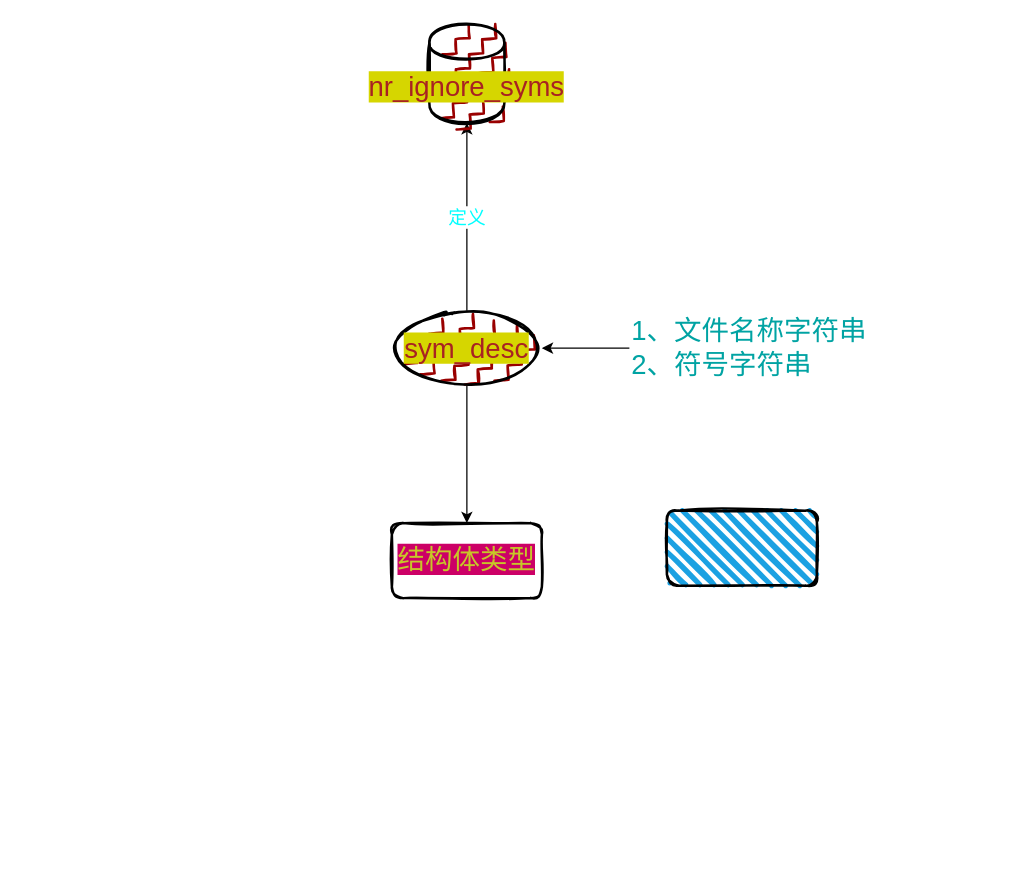
zintown/MindGraph keeps this draw.io diagram as page "Page-1" (1 of 3) of libcare/Libcare_gensrc.drawio. Above is the earlier version. Source tidied: cells renumbered, new cells numbered last; positions are measured from the earlier drawing's top-left corner, leaving out a move shared by most shapes. Both pictures are drawn from the tidied source at 125%, with x=0, y=0 at pixel (391, 22).
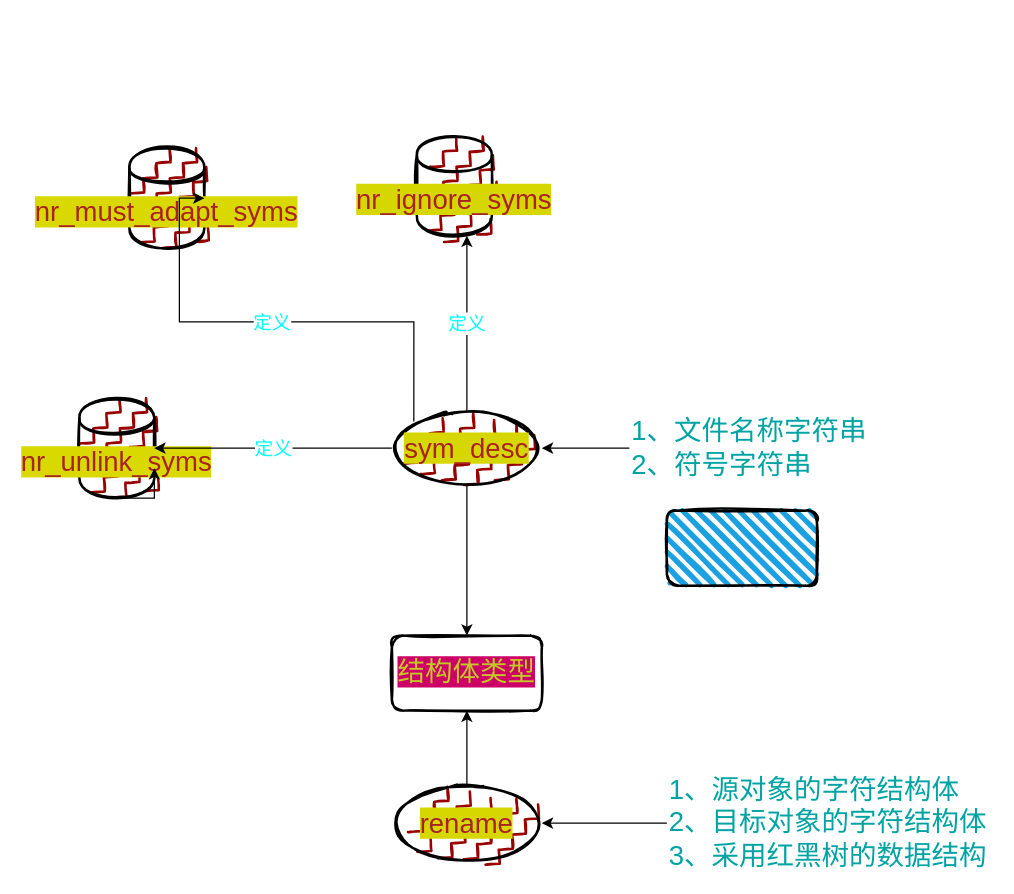
The same diagram, later.

What changed in the source:
```diff
@@
     <mxCell id="5" value="&lt;font style=&quot;font-size: 22px ; line-height: 100% ; background-color: rgb(214 , 214 , 0)&quot; color=&quot;#a82222&quot;&gt;sym_desc&lt;/font&gt;" style="ellipse;whiteSpace=wrap;html=1;strokeWidth=2;fillWeight=2;hachureGap=8;fillColor=#990000;fillStyle=zigzag-line;sketch=1;fontSize=15;fontColor=#00FFFF;" parent="1" vertex="1">
-      <mxGeometry y="230" width="120" height="60" as="geometry" />
+      <mxGeometry y="310" width="120" height="60" as="geometry" />
     </mxCell>
     <mxCell id="6" value="&lt;font color=&quot;#c7c728&quot;&gt;&lt;span style=&quot;font-size: 22px ; background-color: rgb(204 , 0 , 102)&quot;&gt;结构体类型&lt;/span&gt;&lt;/font&gt;" style="rounded=1;whiteSpace=wrap;html=1;sketch=1;fillWeight=2;hachureGap=8;fillStyle=zigzag-line;strokeWidth=2;fillColor=none;fontSize=15;fontColor=#00FFFF;" parent="1" vertex="1">
-      <mxGeometry y="400" width="120" height="60" as="geometry" />
+      <mxGeometry y="490" width="120" height="60" as="geometry" />
     </mxCell>
@@
     <mxCell id="8" value="1、文件名称字符串&lt;br&gt;2、符号字符串" style="text;html=1;strokeColor=none;fillColor=none;align=left;verticalAlign=middle;whiteSpace=wrap;rounded=0;sketch=1;fillWeight=2;hachureGap=8;fillStyle=zigzag-line;fontSize=22;fontColor=#00A3A3;" parent="1" vertex="1">
-      <mxGeometry x="190" y="230" width="200" height="60" as="geometry" />
+      <mxGeometry x="190" y="310" width="200" height="60" as="geometry" />
     </mxCell>
     <mxCell id="9" value="&lt;span style=&quot;color: rgb(168 , 34 , 34) ; font-size: 22px ; background-color: rgb(214 , 214 , 0)&quot;&gt;nr_ignore_syms&lt;/span&gt;" style="shape=cylinder;whiteSpace=wrap;html=1;boundedLbl=1;backgroundOutline=1;fontSize=15;fontColor=#00FFFF;strokeWidth=2;fillColor=#990000;sketch=1;fillWeight=2;hachureGap=8;fillStyle=zigzag-line;shadow=0;" parent="1" vertex="1">
-      <mxGeometry x="30" width="60" height="80" as="geometry" />
+      <mxGeometry x="20" y="90" width="60" height="80" as="geometry" />
     </mxCell>
+    <mxCell id="10" value="&lt;font color=&quot;#a82222&quot;&gt;&lt;span style=&quot;font-size: 22px ; background-color: rgb(217 , 217 , 0)&quot;&gt;nr_unlink_syms&lt;/span&gt;&lt;/font&gt;" style="shape=cylinder;whiteSpace=wrap;html=1;boundedLbl=1;backgroundOutline=1;fontSize=15;fontColor=#00FFFF;strokeWidth=2;fillColor=#990000;sketch=1;fillWeight=2;hachureGap=8;fillStyle=zigzag-line;shadow=0;" parent="1" vertex="1">
+      <mxGeometry x="-250" y="300" width="60" height="80" as="geometry" />
+    </mxCell>
+    <mxCell id="11" value="定义" style="edgeStyle=orthogonalEdgeStyle;rounded=0;jettySize=auto;html=1;fontSize=15;fontColor=#00FFFF;exitX=0;exitY=0.5;exitDx=0;exitDy=0;" parent="1" edge="1" source="5" target="10">
+      <mxGeometry relative="1" as="geometry">
+        <Array as="points">
+          <mxPoint x="-200" y="340" />
+        </Array>
+      </mxGeometry>
+    </mxCell>
+    <mxCell id="12" style="edgeStyle=orthogonalEdgeStyle;rounded=0;orthogonalLoop=1;jettySize=auto;html=1;exitX=0.5;exitY=1;exitDx=0;exitDy=0;entryX=1;entryY=0.7;entryDx=0;entryDy=0;" parent="1" edge="1" source="10" target="10">
+      <mxGeometry relative="1" as="geometry" />
+    </mxCell>
+    <mxCell id="13" value="&lt;font color=&quot;#a82222&quot;&gt;&lt;span style=&quot;font-size: 22px ; background-color: rgb(217 , 217 , 0)&quot;&gt;nr_must_adapt_syms&lt;/span&gt;&lt;/font&gt;" style="shape=cylinder;whiteSpace=wrap;html=1;boundedLbl=1;backgroundOutline=1;fontSize=15;fontColor=#00FFFF;strokeWidth=2;fillColor=#990000;sketch=1;fillWeight=2;hachureGap=8;fillStyle=zigzag-line;shadow=0;" parent="1" vertex="1">
+      <mxGeometry x="-210" y="100" width="60" height="80" as="geometry" />
+    </mxCell>
+    <mxCell id="14" value="定义" style="edgeStyle=orthogonalEdgeStyle;rounded=0;jettySize=auto;html=1;fontSize=15;fontColor=#00FFFF;exitX=0;exitY=0;exitDx=0;exitDy=0;entryX=1;entryY=0.5;entryDx=0;entryDy=0;" parent="1" edge="1" source="5" target="13">
+      <mxGeometry relative="1" as="geometry">
+        <Array as="points">
+          <mxPoint x="18" y="239" />
+          <mxPoint x="-170" y="239" />
+        </Array>
+      </mxGeometry>
+    </mxCell>
+    <mxCell id="15" style="edgeStyle=orthogonalEdgeStyle;rounded=0;jettySize=auto;html=1;" parent="1" edge="1" source="16" target="6">
+      <mxGeometry relative="1" as="geometry" />
+    </mxCell>
+    <mxCell id="16" value="&lt;font style=&quot;font-size: 22px ; line-height: 100% ; background-color: rgb(214 , 214 , 0)&quot; color=&quot;#a82222&quot;&gt;rename&lt;/font&gt;" style="ellipse;whiteSpace=wrap;html=1;strokeWidth=2;fillWeight=2;hachureGap=8;fillColor=#990000;fillStyle=zigzag-line;sketch=1;fontSize=15;fontColor=#00FFFF;" parent="1" vertex="1">
+      <mxGeometry y="610" width="120" height="60" as="geometry" />
+    </mxCell>
+    <mxCell id="17" value="1、源对象的字符结构体&lt;br&gt;2、目标对象的字符结构体&lt;br&gt;3、采用红黑树的数据结构" style="text;html=1;strokeColor=none;fillColor=none;align=left;verticalAlign=middle;whiteSpace=wrap;rounded=0;sketch=1;fillWeight=2;hachureGap=8;fillStyle=zigzag-line;fontSize=22;fontColor=#00A3A3;" parent="1" vertex="1">
+      <mxGeometry x="220" y="610" width="260" height="60" as="geometry" />
+    </mxCell>
+    <mxCell id="18" style="edgeStyle=orthogonalEdgeStyle;rounded=0;jettySize=auto;html=1;fontSize=22;fontColor=#00A3A3;entryX=1;entryY=0.5;entryDx=0;entryDy=0;" parent="1" edge="1" source="17" target="16">
+      <mxGeometry relative="1" as="geometry" />
+    </mxCell>
```
